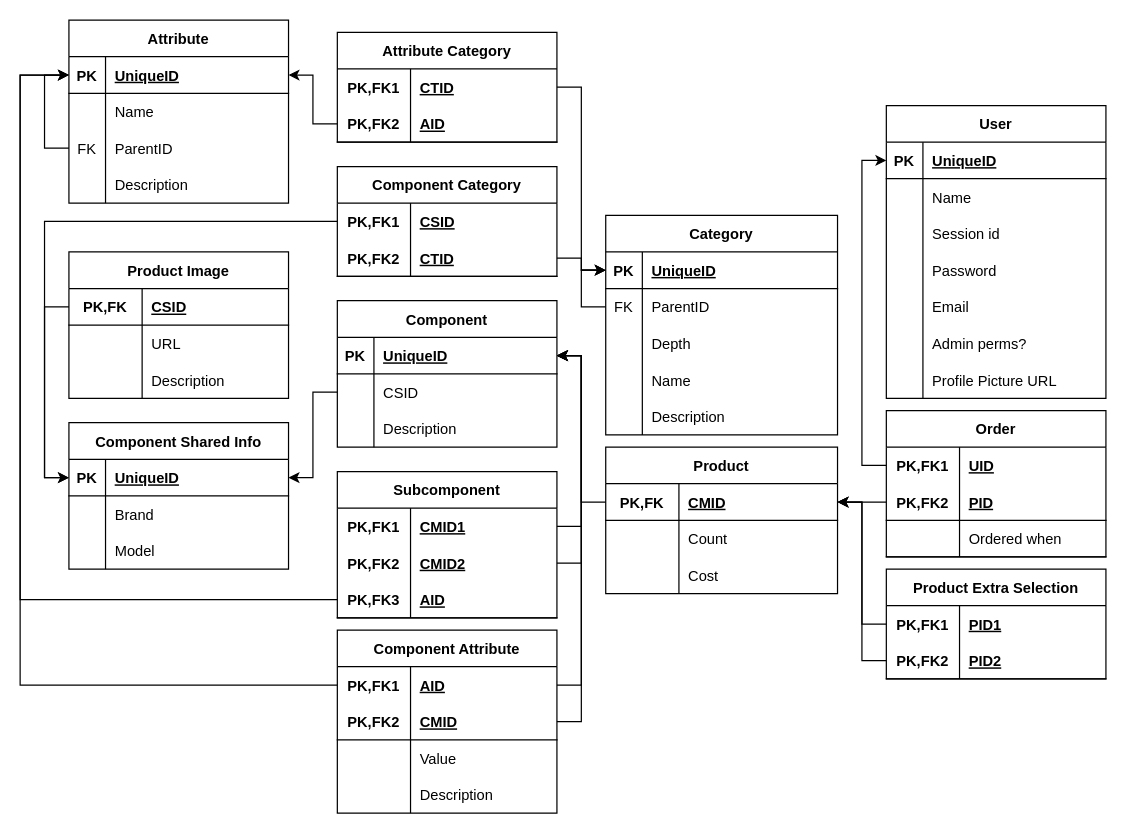
The draw.io diagram backend/Database Model.drawio in AirisRX/IOtech.lt, before the edit. Source tidied: cells renumbered, new cells numbered last; positions are measured from the earlier drawing's top-left corner, leaving out a move shared by most shapes. Both pictures are drawn from the tidied source at 122%, with x=0, y=0 at pixel (20, 20).
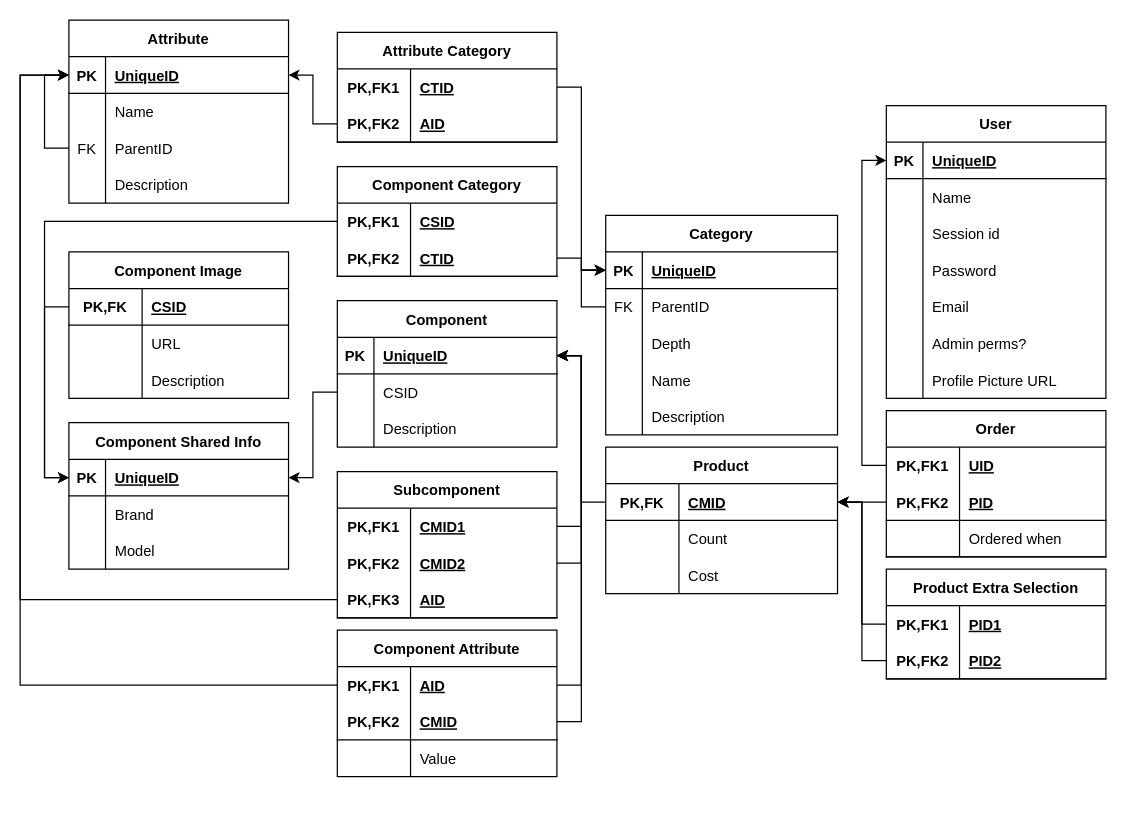
After the change.

What changed in the source:
```diff
@@
-    <mxCell id="52" value="Product Image" style="shape=table;startSize=30;childLayout=tableLayout;rowLines=0;fontStyle=1;align=center;" parent="1" vertex="1">
+    <mxCell id="52" value="Component Image" style="shape=table;startSize=30;childLayout=tableLayout;rowLines=0;fontStyle=1;align=center;" parent="1" vertex="1">
       <mxGeometry x="40" y="190" width="180" height="120" as="geometry" />
     </mxCell>
@@
     <mxCell id="85" value="Component Attribute" style="shape=table;startSize=30;childLayout=tableLayout;rowLines=0;fontStyle=1;align=center;" parent="1" vertex="1">
-      <mxGeometry x="260" y="500" width="180" height="150" as="geometry" />
+      <mxGeometry x="260" y="500" width="180" height="120" as="geometry" />
     </mxCell>
@@
-    <mxCell id="95" style="shape=partialRectangle;fillColor=none;top=0;left=0;bottom=0;right=0;" parent="85" vertex="1">
-      <mxGeometry y="120" width="180" height="30" as="geometry" />
-    </mxCell>
-    <mxCell id="96" style="shape=partialRectangle;fillColor=none;top=0;left=0;bottom=0;right=0;overflow=hidden;" parent="95" vertex="1">
-      <mxGeometry width="60" height="30" as="geometry" />
-    </mxCell>
-    <mxCell id="97" value="Description" style="shape=partialRectangle;fillColor=none;top=0;left=0;bottom=0;right=0;align=left;spacingLeft=6;overflow=hidden;" parent="95" vertex="1">
-      <mxGeometry x="60" width="120" height="30" as="geometry" />
-    </mxCell>
```
